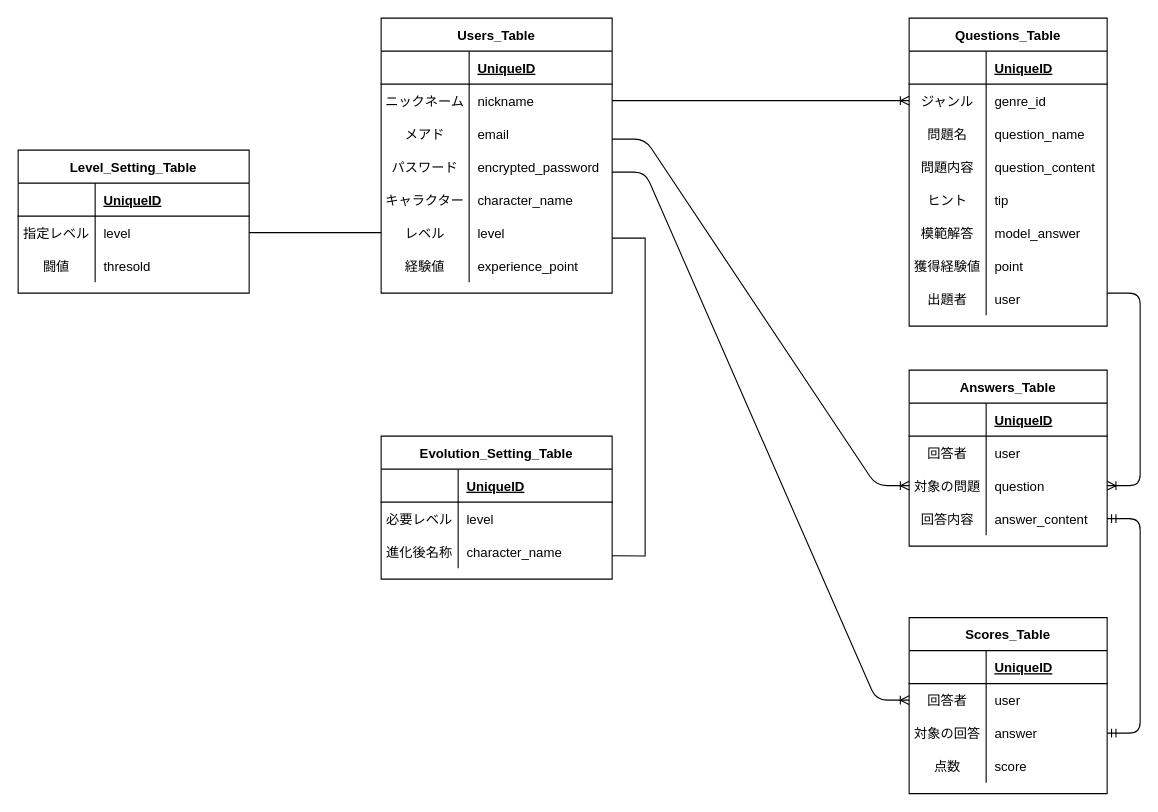
The draw.io diagram spp_app.dio in naoyanman-hashimoto/spp_app, before the edit. Source tidied: cells renumbered, new cells numbered last; positions are measured from the earlier drawing's top-left corner, leaving out a move shared by most shapes. Both pictures are drawn from the tidied source at 110%, with x=0, y=0 at pixel (18, 18).
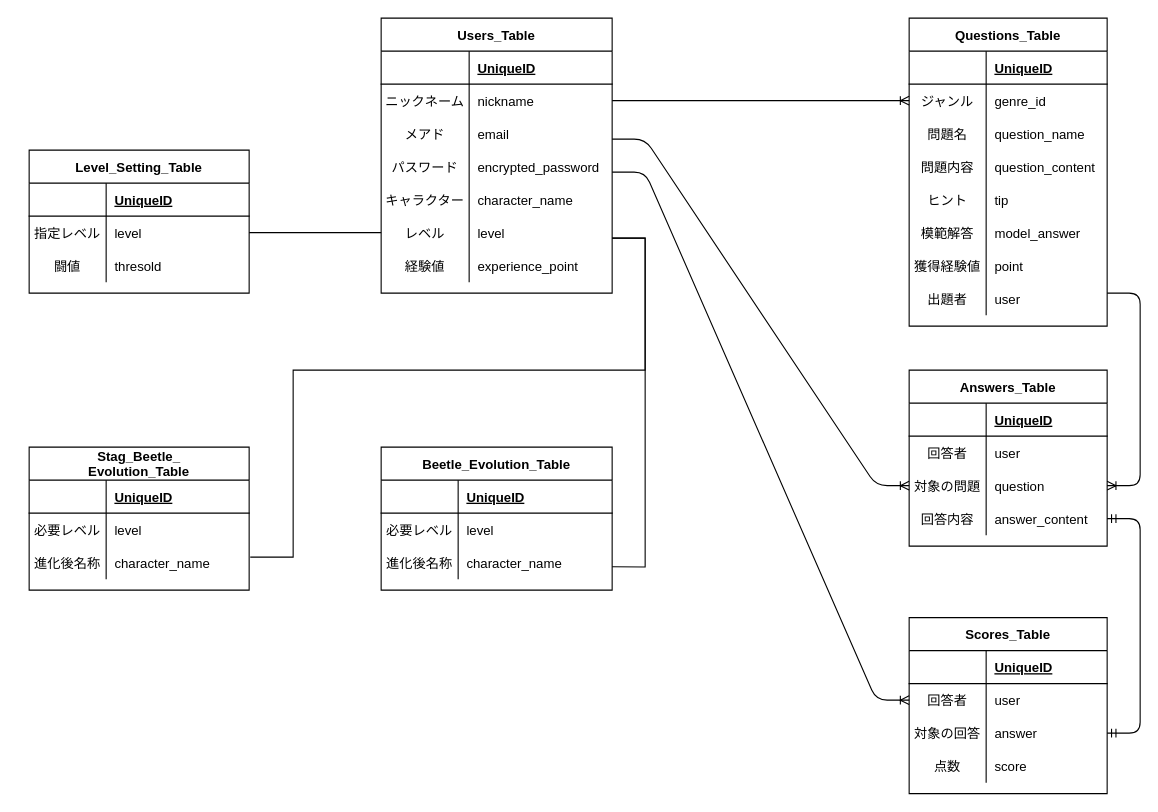
Above is the later version.

Commit message (it also covers changes not shown here):
READMEとER図を修正し、進化先にクワガタムシテーブルを追加

Unchanged cells that the change refers to:
```xml
<mxCell id="79" style="shape=partialRectangle;fillColor=none;top=0;left=0;bottom=0;right=0;points=[[0,0.5],[1,0.5]];portConstraint=eastwest;" parent="72" vertex="1">
  <mxGeometry y="90" width="210" height="30" as="geometry" />
</mxCell>
```

Diff of the diagram source:
```diff
@@
     <mxCell id="62" value="Level_Setting_Table" style="shape=table;startSize=30;childLayout=tableLayout;rowLines=0;fontStyle=1;align=center;" parent="1" vertex="1">
-      <mxGeometry y="120" width="210" height="130" as="geometry" />
+      <mxGeometry x="10" y="120" width="200" height="130" as="geometry" />
     </mxCell>
     <mxCell id="63" style="shape=partialRectangle;fillColor=none;top=0;left=0;bottom=1;right=0;" parent="62" vertex="1">
-      <mxGeometry y="30" width="210" height="30" as="geometry" />
+      <mxGeometry y="30" width="200" height="30" as="geometry" />
     </mxCell>
@@
     <mxCell id="65" value="UniqueID" style="shape=partialRectangle;fillColor=none;top=0;left=0;bottom=0;right=0;align=left;spacingLeft=6;fontStyle=5;overflow=hidden;" parent="63" vertex="1">
-      <mxGeometry x="70" width="140" height="30" as="geometry" />
+      <mxGeometry x="70" width="130" height="30" as="geometry" />
     </mxCell>
     <mxCell id="66" style="shape=partialRectangle;fillColor=none;top=0;left=0;bottom=0;right=0;points=[[0,0.5],[1,0.5]];portConstraint=eastwest;" parent="62" vertex="1">
-      <mxGeometry y="60" width="210" height="30" as="geometry" />
+      <mxGeometry y="60" width="200" height="30" as="geometry" />
     </mxCell>
@@
     <mxCell id="68" value="level" style="shape=partialRectangle;fillColor=none;top=0;left=0;bottom=0;right=0;align=left;spacingLeft=6;overflow=hidden;" parent="66" vertex="1">
-      <mxGeometry x="70" width="140" height="30" as="geometry" />
+      <mxGeometry x="70" width="130" height="30" as="geometry" />
     </mxCell>
     <mxCell id="69" style="shape=partialRectangle;fillColor=none;top=0;left=0;bottom=0;right=0;" parent="62" vertex="1">
-      <mxGeometry y="90" width="210" height="30" as="geometry" />
+      <mxGeometry y="90" width="200" height="30" as="geometry" />
     </mxCell>
@@
     <mxCell id="71" value="thresold" style="shape=partialRectangle;fillColor=none;top=0;left=0;bottom=0;right=0;align=left;spacingLeft=6;overflow=hidden;" parent="69" vertex="1">
-      <mxGeometry x="70" width="140" height="30" as="geometry" />
+      <mxGeometry x="70" width="130" height="30" as="geometry" />
     </mxCell>
-    <mxCell id="72" value="Evolution_Setting_Table" style="shape=table;startSize=30;childLayout=tableLayout;rowLines=0;fontStyle=1;align=center;" parent="1" vertex="1">
-      <mxGeometry x="330" y="380" width="210" height="130" as="geometry" />
+    <mxCell id="72" value="Beetle_Evolution_Table" style="shape=table;startSize=30;childLayout=tableLayout;rowLines=0;fontStyle=1;align=center;" parent="1" vertex="1">
+      <mxGeometry x="330" y="390" width="210" height="130" as="geometry" />
     </mxCell>
@@
     <mxCell id="101" style="endArrow=none;html=1;rounded=0;exitX=1;exitY=0.5;exitDx=0;exitDy=0;entryX=1;entryY=0.622;entryDx=0;entryDy=0;entryPerimeter=0;" parent="1" edge="1" target="79">
       <mxGeometry relative="1" as="geometry">
         <mxPoint x="540" y="200" as="sourcePoint" />
         <Array as="points">
           <mxPoint x="570" y="200" />
           <mxPoint x="570" y="340" />
           <mxPoint x="570" y="420" />
-          <mxPoint x="570" y="489" />
+          <mxPoint x="570" y="499" />
         </Array>
       </mxGeometry>
     </mxCell>
+    <mxCell id="102" value="Stag_Beetle_&#10;Evolution_Table" style="shape=table;startSize=30;childLayout=tableLayout;rowLines=0;fontStyle=1;align=center;" parent="1" vertex="1">
+      <mxGeometry x="10" y="390" width="200" height="130" as="geometry" />
+    </mxCell>
+    <mxCell id="103" style="shape=partialRectangle;fillColor=none;top=0;left=0;bottom=1;right=0;" parent="102" vertex="1">
+      <mxGeometry y="30" width="200" height="30" as="geometry" />
+    </mxCell>
+    <mxCell id="104" style="shape=partialRectangle;fillColor=none;top=0;left=0;bottom=0;right=0;fontStyle=1;overflow=hidden;" parent="103" vertex="1">
+      <mxGeometry width="70" height="30" as="geometry" />
+    </mxCell>
+    <mxCell id="105" value="UniqueID" style="shape=partialRectangle;fillColor=none;top=0;left=0;bottom=0;right=0;align=left;spacingLeft=6;fontStyle=5;overflow=hidden;" parent="103" vertex="1">
+      <mxGeometry x="70" width="130" height="30" as="geometry" />
+    </mxCell>
+    <mxCell id="106" style="shape=partialRectangle;fillColor=none;top=0;left=0;bottom=0;right=0;" parent="102" vertex="1">
+      <mxGeometry y="60" width="200" height="30" as="geometry" />
+    </mxCell>
+    <mxCell id="107" value="必要レベル" style="shape=partialRectangle;fillColor=none;top=0;left=0;bottom=0;right=0;overflow=hidden;" parent="106" vertex="1">
+      <mxGeometry width="70" height="30" as="geometry" />
+    </mxCell>
+    <mxCell id="108" value="level" style="shape=partialRectangle;fillColor=none;top=0;left=0;bottom=0;right=0;align=left;spacingLeft=6;overflow=hidden;" parent="106" vertex="1">
+      <mxGeometry x="70" width="130" height="30" as="geometry" />
+    </mxCell>
+    <mxCell id="109" style="shape=partialRectangle;fillColor=none;top=0;left=0;bottom=0;right=0;" parent="102" vertex="1">
+      <mxGeometry y="90" width="200" height="30" as="geometry" />
+    </mxCell>
+    <mxCell id="110" value="進化後名称" style="shape=partialRectangle;fillColor=none;top=0;left=0;bottom=0;right=0;overflow=hidden;" parent="109" vertex="1">
+      <mxGeometry width="70" height="30" as="geometry" />
+    </mxCell>
+    <mxCell id="111" value="character_name" style="shape=partialRectangle;fillColor=none;top=0;left=0;bottom=0;right=0;align=left;spacingLeft=6;overflow=hidden;" parent="109" vertex="1">
+      <mxGeometry x="70" width="130" height="30" as="geometry" />
+    </mxCell>
+    <mxCell id="112" style="endArrow=none;html=1;rounded=0;exitX=1;exitY=0.5;exitDx=0;exitDy=0;" parent="1" edge="1">
+      <mxGeometry relative="1" as="geometry">
+        <mxPoint x="540" y="200" as="sourcePoint" />
+        <mxPoint x="211" y="490" as="targetPoint" />
+        <Array as="points">
+          <mxPoint x="570" y="200" />
+          <mxPoint x="570" y="320" />
+          <mxPoint x="250" y="320" />
+          <mxPoint x="250" y="490" />
+        </Array>
+      </mxGeometry>
+    </mxCell>
```
